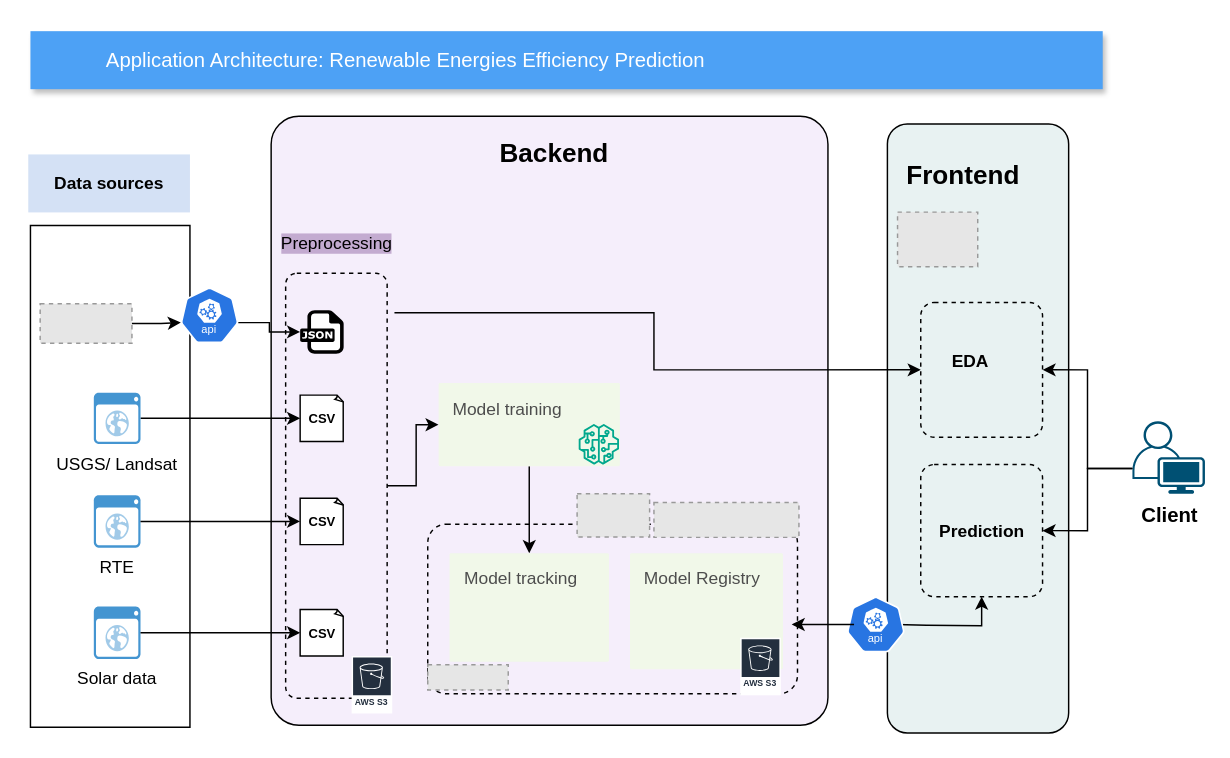
The draw.io diagram diagrams/architecture.drawio in Sheikoh/REnergies_efficiency_prediction, before the edit. Source tidied: cells renumbered, new cells numbered last; positions are measured from the earlier drawing's top-left corner, leaving out a move shared by most shapes. Both pictures are drawn from the tidied source at 145%, with x=0, y=0 at pixel (28, 30). Pictures stored in the file or linked from it are replaced by grey dashed boxes.
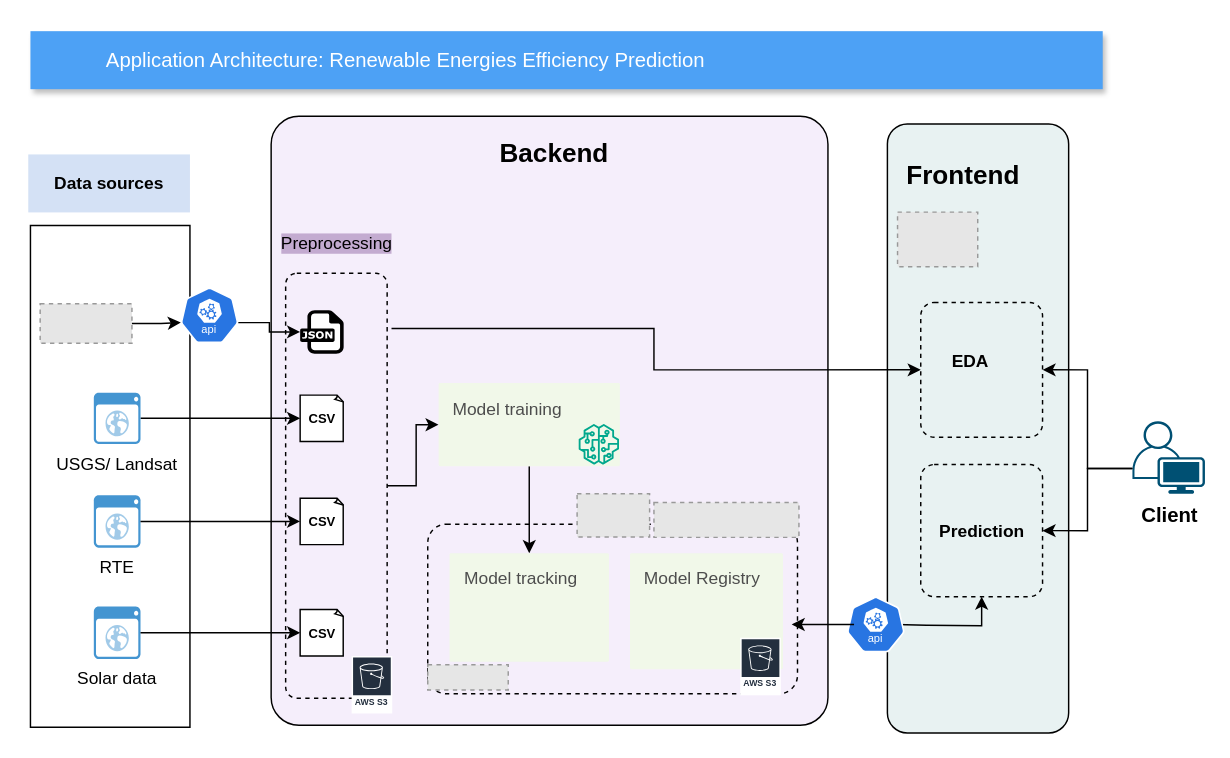
The same page after the edit.

Commit message:
update arhcitecture diagram

The change refers to these unchanged cells:
```xml
<mxCell id="5" style="rounded=1;whiteSpace=wrap;html=1;arcSize=11;fillColor=none;dashed=1;" parent="1" vertex="1">
  <mxGeometry x="177.5" y="167" width="70" height="293" as="geometry" />
</mxCell>
<mxCell id="31" style="rounded=1;whiteSpace=wrap;html=1;arcSize=11;fillColor=none;dashed=1;" parent="1" vertex="1">
  <mxGeometry x="615.5" y="187.1" width="84" height="92.9" as="geometry" />
</mxCell>
```

Diff of the diagram source:
```diff
@@
-    <mxCell id="43" style="edgeStyle=orthogonalEdgeStyle;rounded=0;jettySize=auto;html=1;entryX=0;entryY=0.5;entryDx=0;entryDy=0;exitX=1.072;exitY=0.093;exitDx=0;exitDy=0;exitPerimeter=0;" parent="1" edge="1" source="5" target="31">
+    <mxCell id="43" style="edgeStyle=orthogonalEdgeStyle;rounded=0;jettySize=auto;html=1;entryX=0;entryY=0.5;entryDx=0;entryDy=0;exitX=1.043;exitY=0.13;exitDx=0;exitDy=0;exitPerimeter=0;" parent="1" edge="1" source="5" target="31">
       <mxGeometry relative="1" as="geometry" />
     </mxCell>
```
